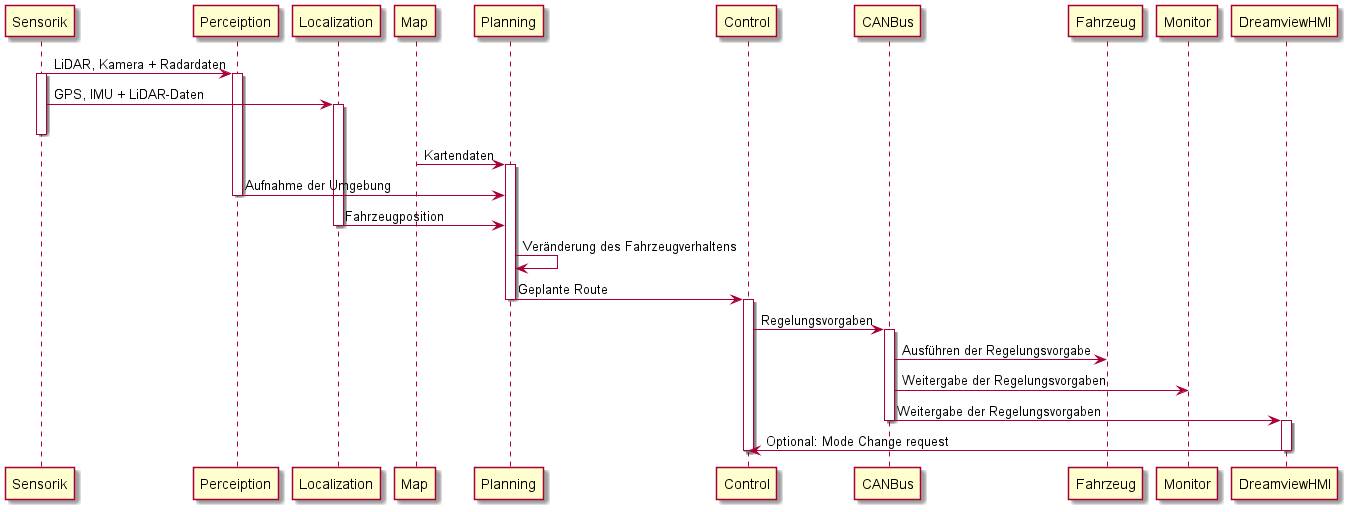
Apollak11/arc42-asciidoc-apolloauto-SSIM keeps this PlantUML diagram as build/pdf/images/Laufzeitdiagramm.png. Above is the earlier version.
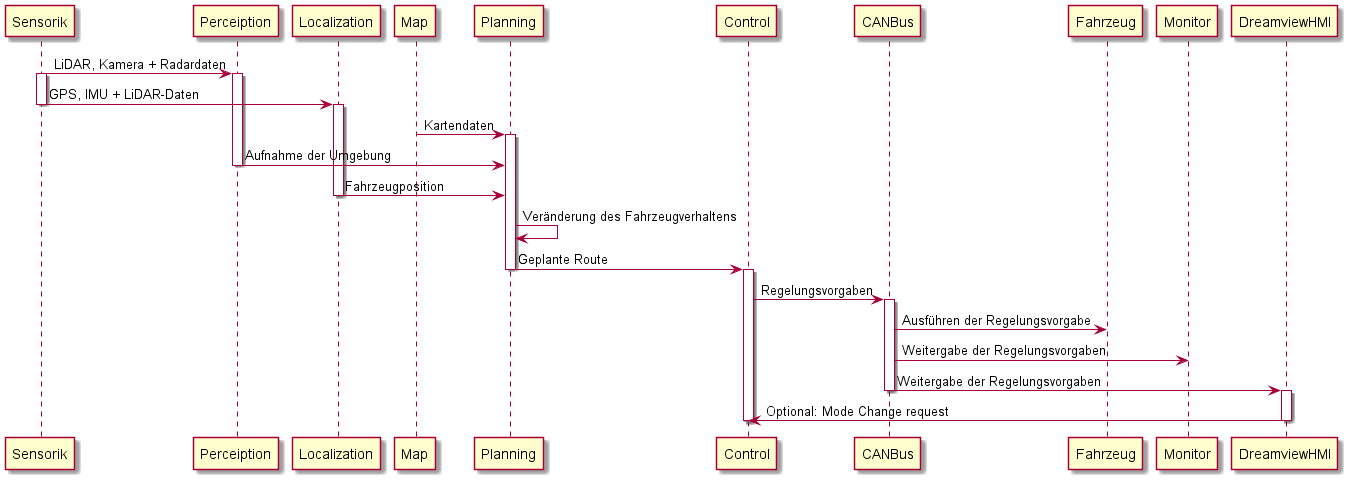
After the change.

What changed in the source:
```diff
@@ -6,8 +6,9 @@
 activate Sensorik
 
 Sensorik -> Localization: GPS, IMU + LiDAR-Daten
+deactivate Sensorik
 activate Localization
-deactivate Sensorik
+
 
 Map -> Planning: Kartendaten
 activate Planning
```
